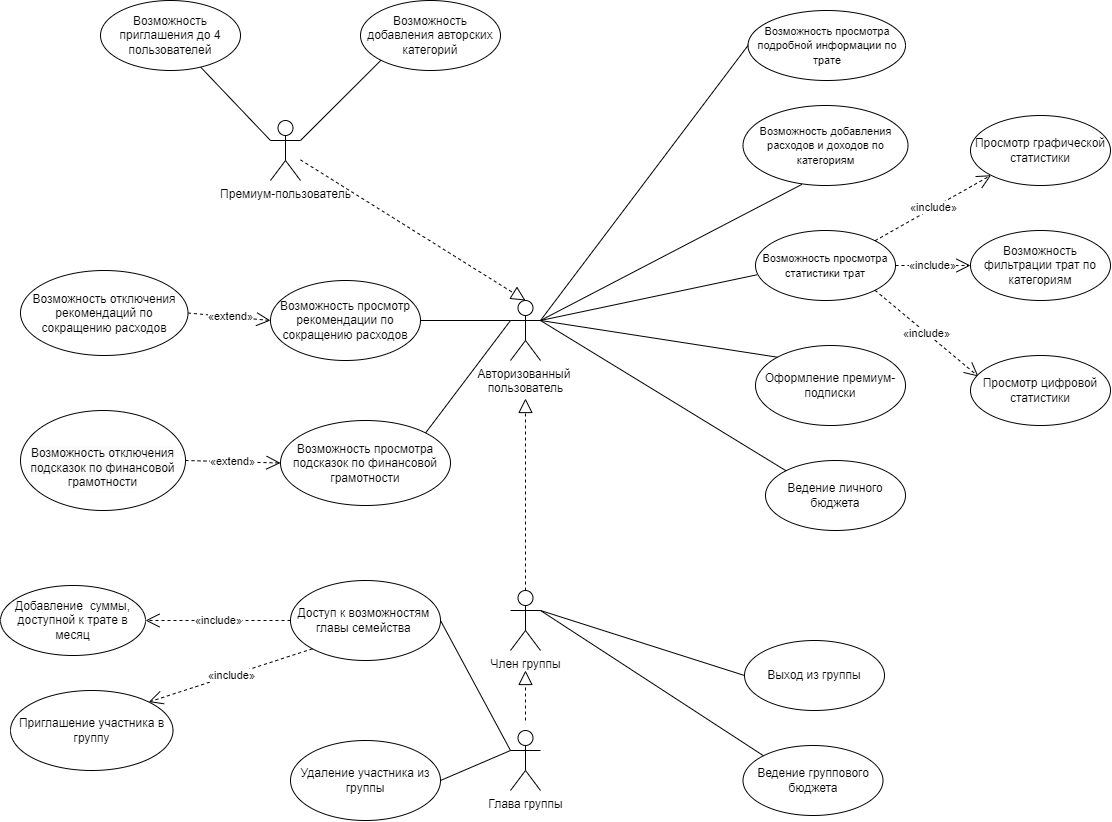
Earlier version of the draw.io export documentation/diagrams/Use_case_diagram_au.png (money-pie/moneypie). Source tidied: cells renumbered, new cells last; positions are measured from the earlier drawing's top-left corner, leaving out a move shared by most shapes.
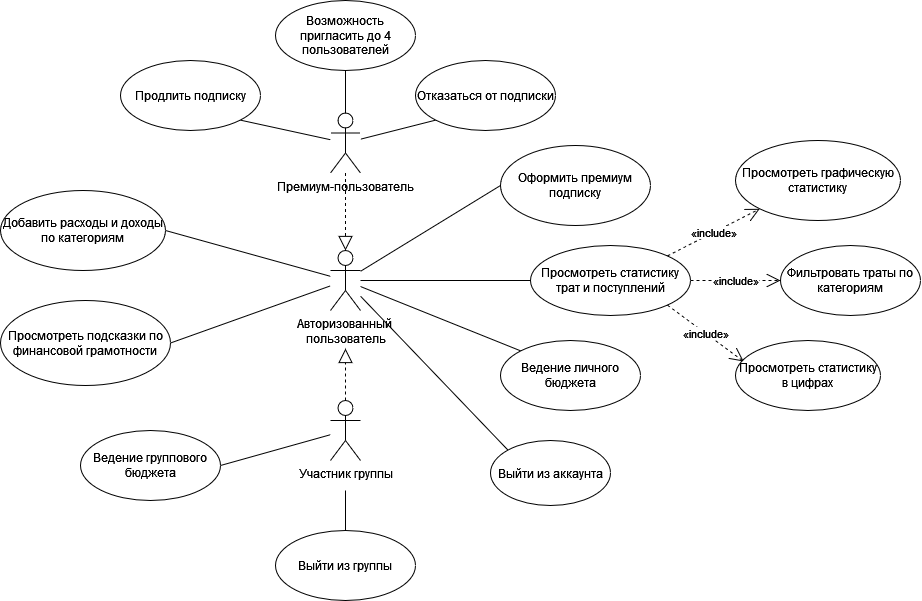
Later version of the same file.

Change to the diagram source:
```diff
@@ -5,156 +5,105 @@
     <mxCell id="2" value="Авторизованный&amp;nbsp;&lt;br&gt;пользователь" style="shape=umlActor;verticalLabelPosition=bottom;verticalAlign=top;html=1;outlineConnect=0;" parent="1" vertex="1">
       <mxGeometry x="510" y="300" width="30" height="60" as="geometry" />
     </mxCell>
-    <mxCell id="3" value="&lt;font style=&quot;font-size: 11px;&quot;&gt;Возможность просмотра статистики трат&lt;/font&gt;" style="ellipse;whiteSpace=wrap;html=1;" parent="1" vertex="1">
-      <mxGeometry x="755" y="230" width="140" height="70" as="geometry" />
+    <mxCell id="3" value="Просмотреть статистику трат и поступлений" style="ellipse;whiteSpace=wrap;html=1;" parent="1" vertex="1">
+      <mxGeometry x="710" y="295" width="160" height="70" as="geometry" />
     </mxCell>
-    <mxCell id="4" value="Возможность фильтрации трат по категориям" style="ellipse;whiteSpace=wrap;html=1;" parent="1" vertex="1">
-      <mxGeometry x="970" y="230" width="140" height="70" as="geometry" />
+    <mxCell id="4" value="Фильтровать траты по категориям" style="ellipse;whiteSpace=wrap;html=1;" parent="1" vertex="1">
+      <mxGeometry x="960" y="295" width="140" height="70" as="geometry" />
     </mxCell>
-    <mxCell id="5" value="Возможность просмотра подсказок по финансовой грамотности" style="ellipse;whiteSpace=wrap;html=1;" parent="1" vertex="1">
-      <mxGeometry x="280" y="420" width="170" height="85" as="geometry" />
+    <mxCell id="5" value="Просмотреть подсказки по финансовой грамотности" style="ellipse;whiteSpace=wrap;html=1;" parent="1" vertex="1">
+      <mxGeometry x="180" y="350" width="170" height="85" as="geometry" />
     </mxCell>
     <mxCell id="6" value="Ведение личного бюджета" style="ellipse;whiteSpace=wrap;html=1;" parent="1" vertex="1">
-      <mxGeometry x="765" y="460" width="140" height="70" as="geometry" />
+      <mxGeometry x="680" y="390" width="140" height="70" as="geometry" />
     </mxCell>
-    <mxCell id="7" value="Доступ к возможностям&amp;nbsp;&lt;br&gt;главы семейства&amp;nbsp;" style="ellipse;whiteSpace=wrap;html=1;" parent="1" vertex="1">
-      <mxGeometry x="290" y="580" width="150" height="80" as="geometry" />
-    </mxCell>
-    <mxCell id="8" value="Член группы" style="shape=umlActor;verticalLabelPosition=bottom;verticalAlign=top;html=1;" parent="1" vertex="1">
-      <mxGeometry x="510" y="590" width="30" height="60" as="geometry" />
+    <mxCell id="8" value="Участник группы" style="shape=umlActor;verticalLabelPosition=bottom;verticalAlign=top;html=1;" parent="1" vertex="1">
+      <mxGeometry x="510" y="450" width="30" height="60" as="geometry" />
     </mxCell>
-    <mxCell id="9" value="Глава группы" style="shape=umlActor;verticalLabelPosition=bottom;verticalAlign=top;html=1;" parent="1" vertex="1">
-      <mxGeometry x="510" y="730" width="30" height="60" as="geometry" />
-    </mxCell>
     <mxCell id="10" value="Ведение группового бюджета" style="ellipse;whiteSpace=wrap;html=1;" parent="1" vertex="1">
-      <mxGeometry x="742.5" y="745" width="140" height="70" as="geometry" />
+      <mxGeometry x="260" y="480" width="140" height="70" as="geometry" />
     </mxCell>
-    <mxCell id="11" style="endArrow=block;dashed=1;endFill=0;endSize=12;html=1;rounded=0;" parent="1" edge="1">
-      <mxGeometry relative="1" as="geometry">
-        <mxPoint x="525" y="720" as="sourcePoint" />
-        <mxPoint x="525" y="670" as="targetPoint" />
-      </mxGeometry>
-    </mxCell>
     <mxCell id="12" style="endArrow=block;dashed=1;endFill=0;endSize=12;html=1;rounded=0;exitX=0.5;exitY=0;exitDx=0;exitDy=0;exitPerimeter=0;" parent="1" edge="1" source="8">
       <mxGeometry relative="1" as="geometry">
         <mxPoint x="525" y="398" as="targetPoint" />
       </mxGeometry>
     </mxCell>
-    <mxCell id="13" value="&lt;font style=&quot;font-size: 11px;&quot;&gt;Возможность добавления расходов и доходов по категориям&lt;/font&gt;" style="ellipse;whiteSpace=wrap;html=1;" parent="1" vertex="1">
-      <mxGeometry x="742.5" y="105" width="165" height="80" as="geometry" />
+    <mxCell id="13" value="&lt;div&gt;Добавить расходы и доходы по категориям&lt;/div&gt;" style="ellipse;whiteSpace=wrap;html=1;" parent="1" vertex="1">
+      <mxGeometry x="180" y="240" width="165" height="80" as="geometry" />
     </mxCell>
-    <mxCell id="14" style="endArrow=none;html=1;rounded=0;exitX=1;exitY=0.3333333333333333;exitDx=0;exitDy=0;exitPerimeter=0;entryX=0;entryY=0;entryDx=0;entryDy=0;" parent="1" edge="1" source="8" target="10">
+    <mxCell id="14" style="endArrow=none;html=1;rounded=0;entryX=1;entryY=0.5;entryDx=0;entryDy=0;" parent="1" edge="1" source="8" target="10">
       <mxGeometry relative="1" as="geometry" />
     </mxCell>
-    <mxCell id="15" style="endArrow=none;html=1;rounded=0;exitX=0;exitY=0.3333333333333333;exitDx=0;exitDy=0;exitPerimeter=0;entryX=1;entryY=0.5;entryDx=0;entryDy=0;" parent="1" edge="1" source="9" target="7">
-      <mxGeometry relative="1" as="geometry" />
-    </mxCell>
-    <mxCell id="16" style="endArrow=none;html=1;rounded=0;exitX=1;exitY=0.3333333333333333;exitDx=0;exitDy=0;exitPerimeter=0;entryX=0;entryY=0;entryDx=0;entryDy=0;" parent="1" edge="1" source="2" target="6">
+    <mxCell id="16" style="endArrow=none;html=1;rounded=0;entryX=0;entryY=0;entryDx=0;entryDy=0;" parent="1" edge="1" source="2" target="6">
       <mxGeometry relative="1" as="geometry" />
     </mxCell>
-    <mxCell id="17" style="endArrow=none;html=1;rounded=0;exitX=0;exitY=0.3333333333333333;exitDx=0;exitDy=0;exitPerimeter=0;entryX=1;entryY=0;entryDx=0;entryDy=0;" parent="1" edge="1" source="2" target="5">
+    <mxCell id="17" style="endArrow=none;html=1;rounded=0;entryX=1;entryY=0.5;entryDx=0;entryDy=0;" parent="1" edge="1" source="2" target="5">
       <mxGeometry relative="1" as="geometry" />
     </mxCell>
-    <mxCell id="18" style="endArrow=none;html=1;rounded=0;entryX=0.01;entryY=0.633;entryDx=0;entryDy=0;entryPerimeter=0;" parent="1" edge="1" target="3">
-      <mxGeometry relative="1" as="geometry">
-        <mxPoint x="540" y="320" as="sourcePoint" />
-      </mxGeometry>
+    <mxCell id="18" style="endArrow=none;html=1;rounded=0;entryX=0;entryY=0.5;entryDx=0;entryDy=0;" parent="1" edge="1" source="2" target="3">
+      <mxGeometry relative="1" as="geometry" />
     </mxCell>
-    <mxCell id="19" style="endArrow=none;html=1;rounded=0;entryX=0.357;entryY=0.986;entryDx=0;entryDy=0;entryPerimeter=0;" parent="1" edge="1" target="13">
-      <mxGeometry relative="1" as="geometry">
-        <mxPoint x="540" y="320" as="sourcePoint" />
-      </mxGeometry>
+    <mxCell id="19" style="endArrow=none;html=1;rounded=0;entryX=1;entryY=0.5;entryDx=0;entryDy=0;" parent="1" edge="1" source="2" target="13">
+      <mxGeometry relative="1" as="geometry" />
     </mxCell>
     <mxCell id="20" value="Премиум-пользователь" style="shape=umlActor;verticalLabelPosition=bottom;verticalAlign=top;html=1;outlineConnect=0;" parent="1" vertex="1">
-      <mxGeometry x="270" y="120" width="30" height="60" as="geometry" />
+      <mxGeometry x="510" y="162.5" width="30" height="60" as="geometry" />
     </mxCell>
     <mxCell id="21" style="endArrow=block;dashed=1;endFill=0;endSize=12;html=1;rounded=0;entryX=0.5;entryY=0;entryDx=0;entryDy=0;entryPerimeter=0;" parent="1" edge="1" source="20" target="2">
       <mxGeometry relative="1" as="geometry" />
     </mxCell>
-    <mxCell id="22" value="Возможность приглашения до 4 пользователей" style="ellipse;whiteSpace=wrap;html=1;" parent="1" vertex="1">
-      <mxGeometry x="100" width="140" height="70" as="geometry" />
+    <mxCell id="22" value="Возможность пригласить до 4 пользователей" style="ellipse;whiteSpace=wrap;html=1;" parent="1" vertex="1">
+      <mxGeometry x="455" y="50" width="140" height="70" as="geometry" />
     </mxCell>
-    <mxCell id="23" value="Возможность добавления авторских категорий" style="ellipse;whiteSpace=wrap;html=1;" parent="1" vertex="1">
-      <mxGeometry x="360" width="140" height="70" as="geometry" />
-    </mxCell>
-    <mxCell id="24" style="endArrow=none;html=1;rounded=0;" parent="1" edge="1" target="22">
-      <mxGeometry relative="1" as="geometry">
-        <mxPoint x="270" y="140" as="sourcePoint" />
-      </mxGeometry>
+    <mxCell id="24" style="endArrow=none;html=1;rounded=0;" parent="1" edge="1" source="20" target="22">
+      <mxGeometry relative="1" as="geometry" />
     </mxCell>
-    <mxCell id="25" style="endArrow=none;html=1;rounded=0;exitX=1;exitY=0.3333333333333333;exitDx=0;exitDy=0;exitPerimeter=0;entryX=0;entryY=1;entryDx=0;entryDy=0;" parent="1" edge="1" source="20" target="23">
-      <mxGeometry relative="1" as="geometry" />
-    </mxCell>
-    <mxCell id="26" value="«include»" style="endArrow=open;endSize=12;dashed=1;html=1;rounded=0;exitX=0;exitY=1;exitDx=0;exitDy=0;entryX=1;entryY=0;entryDx=0;entryDy=0;" parent="1" edge="1" source="7" target="31">
-      <mxGeometry relative="1" as="geometry" />
-    </mxCell>
     <mxCell id="27" value="«include»" style="endArrow=open;endSize=12;dashed=1;html=1;rounded=0;exitX=1;exitY=1;exitDx=0;exitDy=0;entryX=0.057;entryY=0.3;entryDx=0;entryDy=0;entryPerimeter=0;" parent="1" edge="1" source="3" target="30">
       <mxGeometry relative="1" as="geometry" />
     </mxCell>
     <mxCell id="28" value="«include»" style="endArrow=open;endSize=12;dashed=1;html=1;rounded=0;exitX=1;exitY=0;exitDx=0;exitDy=0;entryX=0;entryY=1;entryDx=0;entryDy=0;" parent="1" edge="1" source="3" target="29">
       <mxGeometry relative="1" as="geometry" />
     </mxCell>
-    <mxCell id="29" value="Просмотр графической статистики" style="ellipse;whiteSpace=wrap;html=1;" parent="1" vertex="1">
-      <mxGeometry x="970" y="115" width="140" height="70" as="geometry" />
+    <mxCell id="29" value="Просмотреть графическую статистику" style="ellipse;whiteSpace=wrap;html=1;" parent="1" vertex="1">
+      <mxGeometry x="915" y="190" width="165" height="80" as="geometry" />
     </mxCell>
-    <mxCell id="30" value="Просмотр цифровой статистики" style="ellipse;whiteSpace=wrap;html=1;" parent="1" vertex="1">
-      <mxGeometry x="970" y="355" width="140" height="70" as="geometry" />
+    <mxCell id="30" value="Просмотреть статистику в цифрах" style="ellipse;whiteSpace=wrap;html=1;" parent="1" vertex="1">
+      <mxGeometry x="915" y="390" width="145" height="70" as="geometry" />
     </mxCell>
-    <mxCell id="31" value="Приглашение участника в группу" style="ellipse;whiteSpace=wrap;html=1;" parent="1" vertex="1">
-      <mxGeometry x="10" y="690" width="162.5" height="80" as="geometry" />
-    </mxCell>
-    <mxCell id="32" value="«include»" style="endArrow=open;endSize=12;dashed=1;html=1;rounded=0;exitX=0;exitY=0.5;exitDx=0;exitDy=0;entryX=1;entryY=0.5;entryDx=0;entryDy=0;" parent="1" edge="1" source="7" target="33">
-      <mxGeometry relative="1" as="geometry" />
-    </mxCell>
-    <mxCell id="33" value="Добавление&amp;nbsp; суммы, доступной к трате в месяц" style="ellipse;whiteSpace=wrap;html=1;" parent="1" vertex="1">
-      <mxGeometry y="585" width="145" height="70" as="geometry" />
-    </mxCell>
-    <mxCell id="34" value="Выход из группы" style="ellipse;whiteSpace=wrap;html=1;" parent="1" vertex="1">
-      <mxGeometry x="744" y="640" width="140" height="70" as="geometry" />
+    <mxCell id="34" value="Выйти из группы" style="ellipse;whiteSpace=wrap;html=1;" parent="1" vertex="1">
+      <mxGeometry x="455" y="580" width="140" height="70" as="geometry" />
     </mxCell>
-    <mxCell id="35" style="endArrow=none;html=1;rounded=0;entryX=0;entryY=0.5;entryDx=0;entryDy=0;exitX=1;exitY=0.3333333333333333;exitDx=0;exitDy=0;exitPerimeter=0;" parent="1" edge="1" source="8" target="34">
-      <mxGeometry relative="1" as="geometry" />
+    <mxCell id="35" style="endArrow=none;html=1;rounded=0;entryX=0.5;entryY=0;entryDx=0;entryDy=0;" parent="1" edge="1" target="34">
+      <mxGeometry relative="1" as="geometry">
+        <mxPoint x="525" y="540" as="sourcePoint" />
+      </mxGeometry>
     </mxCell>
-    <mxCell id="36" value="Удаление участника из группы" style="ellipse;whiteSpace=wrap;html=1;" parent="1" vertex="1">
-      <mxGeometry x="290" y="740" width="150" height="80" as="geometry" />
-    </mxCell>
-    <mxCell id="37" style="endArrow=none;html=1;rounded=0;exitX=0;exitY=0.3333333333333333;exitDx=0;exitDy=0;exitPerimeter=0;entryX=1;entryY=0.5;entryDx=0;entryDy=0;" parent="1" edge="1" source="9" target="36">
-      <mxGeometry relative="1" as="geometry" />
-    </mxCell>
-    <mxCell id="38" value="Оформление премиум-подписки" style="ellipse;whiteSpace=wrap;html=1;" parent="1" vertex="1">
-      <mxGeometry x="755" y="345" width="150" height="80" as="geometry" />
+    <mxCell id="38" value="Оформить премиум подписку" style="ellipse;whiteSpace=wrap;html=1;" parent="1" vertex="1">
+      <mxGeometry x="680" y="195" width="150" height="80" as="geometry" />
     </mxCell>
-    <mxCell id="39" style="endArrow=none;html=1;rounded=0;entryX=0;entryY=0;entryDx=0;entryDy=0;" parent="1" edge="1" target="38">
-      <mxGeometry relative="1" as="geometry">
-        <mxPoint x="540" y="320" as="sourcePoint" />
-      </mxGeometry>
+    <mxCell id="39" style="endArrow=none;html=1;rounded=0;entryX=0;entryY=0.5;entryDx=0;entryDy=0;" parent="1" edge="1" source="2" target="38">
+      <mxGeometry relative="1" as="geometry" />
     </mxCell>
-    <mxCell id="40" value="&lt;span style=&quot;color: rgb(0, 0, 0); font-family: Helvetica; font-size: 12px; font-style: normal; font-variant-ligatures: normal; font-variant-caps: normal; font-weight: 400; letter-spacing: normal; orphans: 2; text-align: center; text-indent: 0px; text-transform: none; widows: 2; word-spacing: 0px; -webkit-text-stroke-width: 0px; background-color: rgb(251, 251, 251); text-decoration-thickness: initial; text-decoration-style: initial; text-decoration-color: initial; float: none; display: inline !important;&quot;&gt;&lt;br&gt;Возможность отключения подсказок по финансовой грамотности&lt;/span&gt;" style="ellipse;whiteSpace=wrap;html=1;" parent="1" vertex="1">
-      <mxGeometry x="20" y="410" width="165" height="100" as="geometry" />
-    </mxCell>
-    <mxCell id="41" value="Возможность просмотр рекомендации по сокращению расходов" style="ellipse;whiteSpace=wrap;html=1;" parent="1" vertex="1">
-      <mxGeometry x="270" y="280" width="150" height="80" as="geometry" />
-    </mxCell>
-    <mxCell id="42" value="«extend»" style="endArrow=open;endSize=12;dashed=1;html=1;rounded=0;exitX=1;exitY=0.5;exitDx=0;exitDy=0;entryX=0;entryY=0.5;entryDx=0;entryDy=0;" parent="1" edge="1" source="40" target="5">
-      <mxGeometry relative="1" as="geometry" />
-    </mxCell>
-    <mxCell id="43" style="endArrow=none;html=1;rounded=0;entryX=0;entryY=0.3333333333333333;entryDx=0;entryDy=0;entryPerimeter=0;exitX=1;exitY=0.5;exitDx=0;exitDy=0;" parent="1" edge="1" source="41" target="2">
-      <mxGeometry relative="1" as="geometry" />
-    </mxCell>
-    <mxCell id="44" value="Возможность отключения рекомендаций по сокращению расходов" style="ellipse;whiteSpace=wrap;html=1;" parent="1" vertex="1">
-      <mxGeometry x="20" y="270" width="167.5" height="85" as="geometry" />
-    </mxCell>
-    <mxCell id="45" value="«extend»" style="endArrow=open;endSize=12;dashed=1;html=1;rounded=0;exitX=1;exitY=0.5;exitDx=0;exitDy=0;entryX=0;entryY=0.5;entryDx=0;entryDy=0;" parent="1" edge="1" source="44" target="41">
-      <mxGeometry relative="1" as="geometry" />
-    </mxCell>
-    <mxCell id="46" value="&lt;span style=&quot;font-size: 11px;&quot;&gt;Возможность просмотра подробной информации по трате&lt;/span&gt;" style="ellipse;whiteSpace=wrap;html=1;" parent="1" vertex="1">
-      <mxGeometry x="747.5" y="10" width="157.5" height="70" as="geometry" />
-    </mxCell>
     <mxCell id="47" value="«include»" style="endArrow=open;endSize=12;dashed=1;html=1;rounded=0;exitX=1;exitY=0.5;exitDx=0;exitDy=0;entryX=0;entryY=0.5;entryDx=0;entryDy=0;" parent="1" edge="1" source="3" target="4">
       <mxGeometry relative="1" as="geometry" />
     </mxCell>
-    <mxCell id="48" style="endArrow=none;html=1;rounded=0;exitX=1;exitY=0.3333333333333333;exitDx=0;exitDy=0;exitPerimeter=0;entryX=0;entryY=0.5;entryDx=0;entryDy=0;" parent="1" edge="1" source="2" target="46">
-      <mxGeometry relative="1" as="geometry" />
-    </mxCell>
+    <mxCell id="49" style="rounded=0;jettySize=auto;html=1;exitX=0;exitY=0;exitDx=0;exitDy=0;endArrow=none;endFill=0;" parent="1" edge="1" source="50" target="2">
+      <mxGeometry relative="1" as="geometry" />
+    </mxCell>
+    <mxCell id="50" value="&lt;div&gt;Выйти из аккаунта&lt;/div&gt;" style="ellipse;whiteSpace=wrap;html=1;" parent="1" vertex="1">
+      <mxGeometry x="670" y="490" width="120" height="65" as="geometry" />
+    </mxCell>
+    <mxCell id="51" style="rounded=0;jettySize=auto;html=1;exitX=0;exitY=1;exitDx=0;exitDy=0;endArrow=none;endFill=0;" parent="1" edge="1" source="52" target="20">
+      <mxGeometry relative="1" as="geometry" />
+    </mxCell>
+    <mxCell id="52" value="Отказаться от подписки" style="ellipse;whiteSpace=wrap;html=1;" parent="1" vertex="1">
+      <mxGeometry x="595" y="110" width="140" height="70" as="geometry" />
+    </mxCell>
+    <mxCell id="53" style="rounded=0;jettySize=auto;html=1;exitX=1;exitY=1;exitDx=0;exitDy=0;endArrow=none;endFill=0;" parent="1" edge="1" source="54" target="20">
+      <mxGeometry relative="1" as="geometry" />
+    </mxCell>
+    <mxCell id="54" value="Продлить подписку" style="ellipse;whiteSpace=wrap;html=1;" parent="1" vertex="1">
+      <mxGeometry x="300" y="110" width="140" height="70" as="geometry" />
+    </mxCell>
   </root>
 </mxGraphModel>
```
